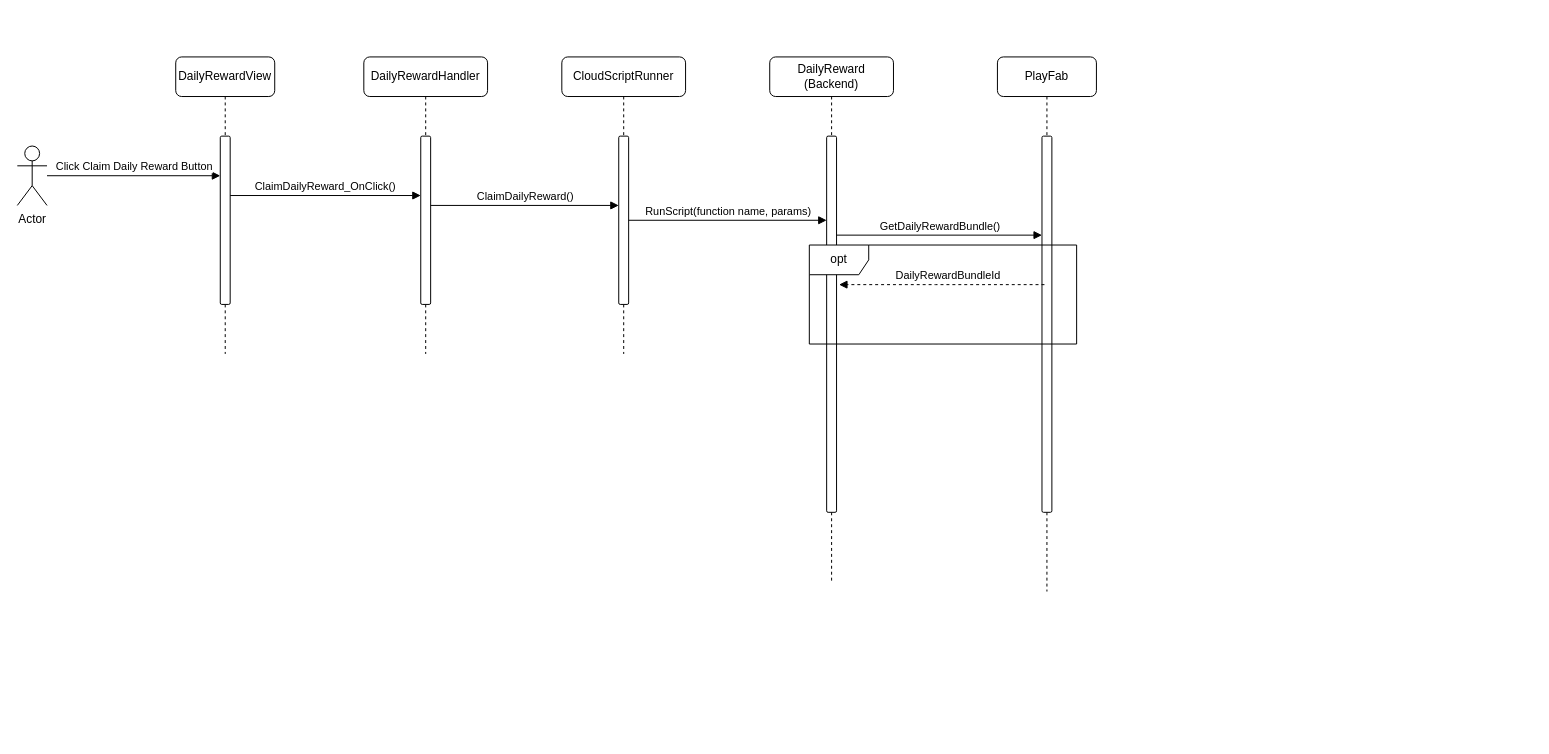
Before: page "DailyReward" (3 of 3) of cosmic-shore-backend-services.drawio in froglet-studio/cosmic-shore-backend-diagrams, a draw.io diagram. Source tidied: cells renumbered, new cells numbered last; positions are measured from the earlier drawing's top-left corner, leaving out a move shared by most shapes. Both pictures are drawn from the tidied source at 99%, with x=0, y=0 at pixel (17, 56).
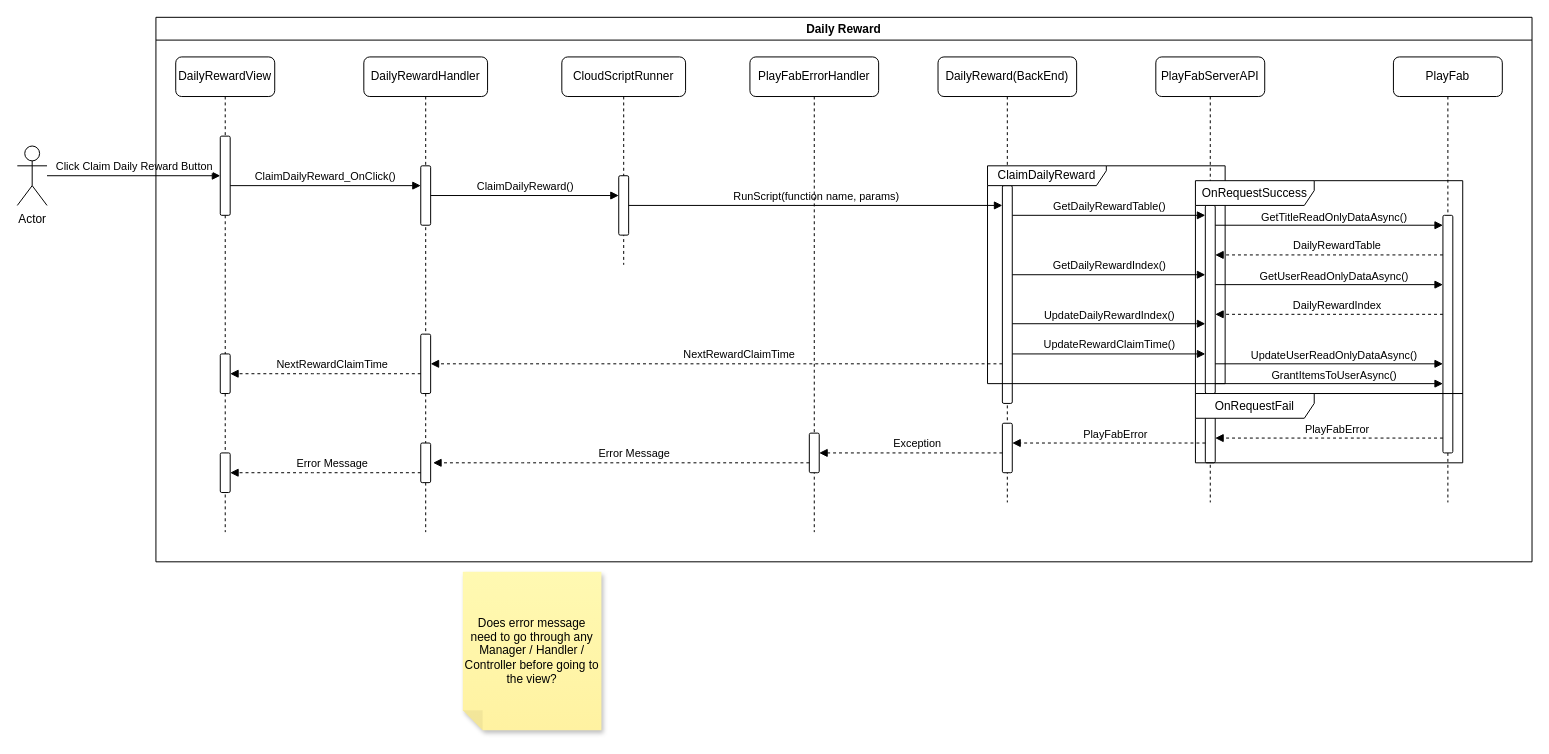
Above is the later version.

Commit message (it also covers changes not shown here):
Update daily reward sequence diagram

The edit, as a diff of the source:
```diff
@@
     <mxCell id="2" value="DailyRewardHandler" style="shape=umlLifeline;perimeter=lifelinePerimeter;whiteSpace=wrap;html=1;newEdgeStyle={&quot;edgeStyle&quot;:&quot;elbowEdgeStyle&quot;,&quot;elbow&quot;:&quot;vertical&quot;,&quot;curved&quot;:0,&quot;rounded&quot;:0};labelBackgroundColor=none;rounded=1;" parent="1" vertex="1">
-      <mxGeometry x="350" width="125" height="300" as="geometry" />
+      <mxGeometry x="350" width="125" height="480" as="geometry" />
     </mxCell>
     <mxCell id="3" style="html=1;perimeter=orthogonalPerimeter;targetShapes=umlLifeline;newEdgeStyle={&quot;edgeStyle&quot;:&quot;elbowEdgeStyle&quot;,&quot;elbow&quot;:&quot;vertical&quot;,&quot;curved&quot;:0,&quot;rounded&quot;:0};labelBackgroundColor=none;rounded=1;" parent="2" vertex="1">
-      <mxGeometry x="57.5" y="80" width="10" height="170" as="geometry" />
+      <mxGeometry x="57.5" y="110" width="10" height="60" as="geometry" />
     </mxCell>
+    <mxCell id="20" style="html=1;perimeter=orthogonalPerimeter;targetShapes=umlLifeline;newEdgeStyle={&quot;edgeStyle&quot;:&quot;elbowEdgeStyle&quot;,&quot;elbow&quot;:&quot;vertical&quot;,&quot;curved&quot;:0,&quot;rounded&quot;:0};labelBackgroundColor=none;rounded=1;" parent="2" vertex="1">
+      <mxGeometry x="57.5" y="280" width="10" height="60" as="geometry" />
+    </mxCell>
+    <mxCell id="21" style="html=1;points=[];perimeter=orthogonalPerimeter;outlineConnect=0;targetShapes=umlLifeline;portConstraint=eastwest;newEdgeStyle={&quot;edgeStyle&quot;:&quot;elbowEdgeStyle&quot;,&quot;elbow&quot;:&quot;vertical&quot;,&quot;curved&quot;:0,&quot;rounded&quot;:0};labelBackgroundColor=none;rounded=1;" parent="2" vertex="1">
+      <mxGeometry x="57.5" y="390" width="10" height="40" as="geometry" />
+    </mxCell>
     <mxCell id="4" value="DailyRewardView" style="shape=umlLifeline;perimeter=lifelinePerimeter;whiteSpace=wrap;html=1;newEdgeStyle={&quot;edgeStyle&quot;:&quot;elbowEdgeStyle&quot;,&quot;elbow&quot;:&quot;vertical&quot;,&quot;curved&quot;:0,&quot;rounded&quot;:0};labelBackgroundColor=none;rounded=1;" parent="1" vertex="1">
-      <mxGeometry x="160" width="100" height="300" as="geometry" />
+      <mxGeometry x="160" width="100" height="480" as="geometry" />
     </mxCell>
     <mxCell id="5" style="html=1;points=[];perimeter=orthogonalPerimeter;outlineConnect=0;targetShapes=umlLifeline;portConstraint=eastwest;newEdgeStyle={&quot;edgeStyle&quot;:&quot;elbowEdgeStyle&quot;,&quot;elbow&quot;:&quot;vertical&quot;,&quot;curved&quot;:0,&quot;rounded&quot;:0};labelBackgroundColor=none;rounded=1;" parent="4" vertex="1">
-      <mxGeometry x="45" y="80" width="10" height="170" as="geometry" />
+      <mxGeometry x="45" y="80" width="10" height="80" as="geometry" />
     </mxCell>
+    <mxCell id="22" style="html=1;perimeter=orthogonalPerimeter;targetShapes=umlLifeline;newEdgeStyle={&quot;edgeStyle&quot;:&quot;elbowEdgeStyle&quot;,&quot;elbow&quot;:&quot;vertical&quot;,&quot;curved&quot;:0,&quot;rounded&quot;:0};labelBackgroundColor=none;rounded=1;" parent="4" vertex="1">
+      <mxGeometry x="45" y="300" width="10" height="40" as="geometry" />
+    </mxCell>
+    <mxCell id="23" style="html=1;points=[];perimeter=orthogonalPerimeter;outlineConnect=0;targetShapes=umlLifeline;portConstraint=eastwest;newEdgeStyle={&quot;edgeStyle&quot;:&quot;elbowEdgeStyle&quot;,&quot;elbow&quot;:&quot;vertical&quot;,&quot;curved&quot;:0,&quot;rounded&quot;:0};labelBackgroundColor=none;rounded=1;" parent="4" vertex="1">
+      <mxGeometry x="45" y="400" width="10" height="40" as="geometry" />
+    </mxCell>
@@
     <mxCell id="8" value="ClaimDailyReward_OnClick()" style="html=1;verticalAlign=bottom;endArrow=block;curved=0;rounded=0;" parent="1" edge="1">
       <mxGeometry relative="1" as="geometry">
-        <mxPoint x="215" y="140" as="sourcePoint" />
-        <mxPoint x="407.5" y="140" as="targetPoint" />
+        <mxPoint x="215" y="130" as="sourcePoint" />
+        <mxPoint x="407.5" y="130" as="targetPoint" />
       </mxGeometry>
     </mxCell>
     <mxCell id="9" value="CloudScriptRunner" style="shape=umlLifeline;perimeter=lifelinePerimeter;whiteSpace=wrap;html=1;newEdgeStyle={&quot;edgeStyle&quot;:&quot;elbowEdgeStyle&quot;,&quot;elbow&quot;:&quot;vertical&quot;,&quot;curved&quot;:0,&quot;rounded&quot;:0};labelBackgroundColor=none;rounded=1;" parent="1" vertex="1">
-      <mxGeometry x="550" width="125" height="300" as="geometry" />
+      <mxGeometry x="550" width="125" height="210" as="geometry" />
     </mxCell>
     <mxCell id="10" style="html=1;points=[];perimeter=orthogonalPerimeter;outlineConnect=0;targetShapes=umlLifeline;portConstraint=eastwest;newEdgeStyle={&quot;edgeStyle&quot;:&quot;elbowEdgeStyle&quot;,&quot;elbow&quot;:&quot;vertical&quot;,&quot;curved&quot;:0,&quot;rounded&quot;:0};labelBackgroundColor=none;rounded=1;" parent="9" vertex="1">
-      <mxGeometry x="57.5" y="80" width="10" height="170" as="geometry" />
+      <mxGeometry x="57.5" y="120" width="10" height="60" as="geometry" />
     </mxCell>
     <mxCell id="11" value="ClaimDailyReward()" style="html=1;verticalAlign=bottom;endArrow=block;curved=0;rounded=0;" parent="1" edge="1">
       <mxGeometry relative="1" as="geometry">
-        <mxPoint x="417.5" y="150" as="sourcePoint" />
-        <mxPoint x="607.5" y="150" as="targetPoint" />
+        <mxPoint x="417.5" y="140" as="sourcePoint" />
+        <mxPoint x="607.5" y="140" as="targetPoint" />
       </mxGeometry>
     </mxCell>
-    <mxCell id="12" value="DailyReward (Backend)" style="shape=umlLifeline;perimeter=lifelinePerimeter;whiteSpace=wrap;html=1;newEdgeStyle={&quot;edgeStyle&quot;:&quot;elbowEdgeStyle&quot;,&quot;elbow&quot;:&quot;vertical&quot;,&quot;curved&quot;:0,&quot;rounded&quot;:0};labelBackgroundColor=none;rounded=1;" parent="1" vertex="1">
-      <mxGeometry x="760" width="125" height="530" as="geometry" />
-    </mxCell>
-    <mxCell id="13" style="html=1;points=[];perimeter=orthogonalPerimeter;outlineConnect=0;targetShapes=umlLifeline;portConstraint=eastwest;newEdgeStyle={&quot;edgeStyle&quot;:&quot;elbowEdgeStyle&quot;,&quot;elbow&quot;:&quot;vertical&quot;,&quot;curved&quot;:0,&quot;rounded&quot;:0};labelBackgroundColor=none;rounded=1;" parent="12" vertex="1">
-      <mxGeometry x="57.5" y="80" width="10" height="380" as="geometry" />
-    </mxCell>
-    <mxCell id="14" value="RunScript(function name, params)" style="html=1;verticalAlign=bottom;endArrow=block;curved=0;rounded=0;" parent="1" edge="1" source="10" target="13">
-      <mxGeometry relative="1" as="geometry" />
+    <mxCell id="14" value="RunScript(function name, params)" style="html=1;verticalAlign=bottom;endArrow=block;curved=0;rounded=0;" parent="1" edge="1" target="33">
+      <mxGeometry relative="1" as="geometry">
+        <mxPoint x="617.5" y="150" as="sourcePoint" />
+      </mxGeometry>
     </mxCell>
-    <mxCell id="15" value="PlayFab" style="shape=umlLifeline;perimeter=lifelinePerimeter;whiteSpace=wrap;html=1;newEdgeStyle={&quot;edgeStyle&quot;:&quot;elbowEdgeStyle&quot;,&quot;elbow&quot;:&quot;vertical&quot;,&quot;curved&quot;:0,&quot;rounded&quot;:0};labelBackgroundColor=none;rounded=1;" parent="1" vertex="1">
-      <mxGeometry x="990" width="100" height="540" as="geometry" />
+    <mxCell id="15" value="PlayFabServerAPI" style="shape=umlLifeline;perimeter=lifelinePerimeter;whiteSpace=wrap;html=1;newEdgeStyle={&quot;edgeStyle&quot;:&quot;elbowEdgeStyle&quot;,&quot;elbow&quot;:&quot;vertical&quot;,&quot;curved&quot;:0,&quot;rounded&quot;:0};labelBackgroundColor=none;rounded=1;" parent="1" vertex="1">
+      <mxGeometry x="1150" width="110" height="450" as="geometry" />
     </mxCell>
     <mxCell id="16" style="html=1;points=[];perimeter=orthogonalPerimeter;outlineConnect=0;targetShapes=umlLifeline;portConstraint=eastwest;newEdgeStyle={&quot;edgeStyle&quot;:&quot;elbowEdgeStyle&quot;,&quot;elbow&quot;:&quot;vertical&quot;,&quot;curved&quot;:0,&quot;rounded&quot;:0};labelBackgroundColor=none;rounded=1;" parent="15" vertex="1">
-      <mxGeometry x="45" y="80" width="10" height="380" as="geometry" />
+      <mxGeometry x="50" y="150" width="10" height="190" as="geometry" />
     </mxCell>
+    <mxCell id="24" style="html=1;perimeter=orthogonalPerimeter;targetShapes=umlLifeline;newEdgeStyle={&quot;edgeStyle&quot;:&quot;elbowEdgeStyle&quot;,&quot;elbow&quot;:&quot;vertical&quot;,&quot;curved&quot;:0,&quot;rounded&quot;:0};labelBackgroundColor=none;rounded=1;" parent="15" vertex="1">
+      <mxGeometry x="50" y="350" width="10" height="60" as="geometry" />
+    </mxCell>
-    <mxCell id="17" value="GetDailyRewardBundle()" style="html=1;verticalAlign=bottom;endArrow=block;curved=0;rounded=0;" parent="1" edge="1">
+    <mxCell id="17" value="GetDailyRewardTable()" style="html=1;verticalAlign=bottom;endArrow=block;curved=0;rounded=0;" parent="1" edge="1" source="33">
       <mxGeometry relative="1" as="geometry">
-        <mxPoint x="827.5" y="180" as="sourcePoint" />
-        <mxPoint x="1035" y="180" as="targetPoint" />
+        <mxPoint x="1200" y="160" as="targetPoint" />
       </mxGeometry>
     </mxCell>
-    <mxCell id="18" value="DailyRewardBundleId" style="html=1;verticalAlign=bottom;endArrow=block;edgeStyle=elbowEdgeStyle;elbow=vertical;curved=0;rounded=1;labelBackgroundColor=none;fontColor=default;dashed=1;" parent="1" edge="1">
-      <mxGeometry x="-0.06" relative="1" as="geometry">
-        <mxPoint x="1037.5" y="230" as="sourcePoint" />
-        <mxPoint x="830" y="230" as="targetPoint" />
-        <Array as="points">
-          <mxPoint x="917.5" y="230" />
-        </Array>
-      </mxGeometry>
-    </mxCell>
-    <mxCell id="19" value="opt" style="shape=umlFrame;whiteSpace=wrap;html=1;labelBackgroundColor=none;rounded=1;" parent="1" vertex="1">
-      <mxGeometry x="800" y="190" width="270" height="100" as="geometry" />
-    </mxCell>
+    <mxCell id="25" value="PlayFab" style="shape=umlLifeline;perimeter=lifelinePerimeter;whiteSpace=wrap;html=1;newEdgeStyle={&quot;edgeStyle&quot;:&quot;elbowEdgeStyle&quot;,&quot;elbow&quot;:&quot;vertical&quot;,&quot;curved&quot;:0,&quot;rounded&quot;:0};labelBackgroundColor=none;rounded=1;" parent="1" vertex="1">
+      <mxGeometry x="1390" width="110" height="450" as="geometry" />
+    </mxCell>
+    <mxCell id="26" style="html=1;points=[];perimeter=orthogonalPerimeter;outlineConnect=0;targetShapes=umlLifeline;portConstraint=eastwest;newEdgeStyle={&quot;edgeStyle&quot;:&quot;elbowEdgeStyle&quot;,&quot;elbow&quot;:&quot;vertical&quot;,&quot;curved&quot;:0,&quot;rounded&quot;:0};labelBackgroundColor=none;rounded=1;" parent="25" vertex="1">
+      <mxGeometry x="50" y="160" width="10" height="240" as="geometry" />
+    </mxCell>
+    <mxCell id="27" value="GetTitleReadOnlyDataAsync()" style="html=1;verticalAlign=bottom;endArrow=block;curved=0;rounded=0;" parent="1" edge="1">
+      <mxGeometry x="0.04" relative="1" as="geometry">
+        <mxPoint x="1210" y="170" as="sourcePoint" />
+        <mxPoint x="1440" y="170" as="targetPoint" />
+        <mxPoint y="1" as="offset" />
+      </mxGeometry>
+    </mxCell>
+    <mxCell id="28" value="DailyRewardTable" style="html=1;verticalAlign=bottom;endArrow=block;edgeStyle=elbowEdgeStyle;elbow=vertical;curved=0;rounded=1;labelBackgroundColor=none;fontColor=default;dashed=1;" parent="1" edge="1" source="26" target="16">
+      <mxGeometry x="-0.07" relative="1" as="geometry">
+        <Array as="points">
+          <mxPoint x="1330" y="200" />
+        </Array>
+      </mxGeometry>
+    </mxCell>
+    <mxCell id="29" value="GetUserReadOnlyDataAsync()" style="html=1;verticalAlign=bottom;endArrow=block;curved=0;rounded=0;" parent="1" edge="1">
+      <mxGeometry x="0.04" relative="1" as="geometry">
+        <mxPoint x="1210" y="230" as="sourcePoint" />
+        <mxPoint x="1440" y="230" as="targetPoint" />
+        <mxPoint y="1" as="offset" />
+      </mxGeometry>
+    </mxCell>
+    <mxCell id="30" value="DailyRewardIndex" style="html=1;verticalAlign=bottom;endArrow=block;edgeStyle=elbowEdgeStyle;elbow=horizontal;curved=0;rounded=1;labelBackgroundColor=none;fontColor=default;dashed=1;" parent="1" edge="1">
+      <mxGeometry x="-0.07" relative="1" as="geometry">
+        <mxPoint x="1440" y="260" as="sourcePoint" />
+        <mxPoint x="1210" y="260" as="targetPoint" />
+        <Array as="points">
+          <mxPoint x="1330" y="260" />
+        </Array>
+      </mxGeometry>
+    </mxCell>
+    <mxCell id="31" value="NextRewardClaimTime" style="html=1;verticalAlign=bottom;endArrow=block;edgeStyle=elbowEdgeStyle;elbow=vertical;curved=0;rounded=1;labelBackgroundColor=none;fontColor=default;dashed=1;" parent="1" edge="1" source="33">
+      <mxGeometry x="-0.08" relative="1" as="geometry">
+        <mxPoint x="417.5" y="310" as="targetPoint" />
+        <Array as="points">
+          <mxPoint x="720" y="310" />
+        </Array>
+      </mxGeometry>
+    </mxCell>
+    <mxCell id="32" value="DailyReward(BackEnd)" style="shape=umlLifeline;perimeter=lifelinePerimeter;whiteSpace=wrap;html=1;newEdgeStyle={&quot;edgeStyle&quot;:&quot;elbowEdgeStyle&quot;,&quot;elbow&quot;:&quot;vertical&quot;,&quot;curved&quot;:0,&quot;rounded&quot;:0};labelBackgroundColor=none;rounded=1;" parent="1" vertex="1">
+      <mxGeometry x="930" width="140" height="450" as="geometry" />
+    </mxCell>
+    <mxCell id="33" style="html=1;points=[];perimeter=orthogonalPerimeter;outlineConnect=0;targetShapes=umlLifeline;portConstraint=eastwest;newEdgeStyle={&quot;edgeStyle&quot;:&quot;elbowEdgeStyle&quot;,&quot;elbow&quot;:&quot;vertical&quot;,&quot;curved&quot;:0,&quot;rounded&quot;:0};labelBackgroundColor=none;rounded=1;" parent="32" vertex="1">
+      <mxGeometry x="65" y="130" width="10" height="220" as="geometry" />
+    </mxCell>
+    <mxCell id="34" style="html=1;points=[];perimeter=orthogonalPerimeter;outlineConnect=0;targetShapes=umlLifeline;portConstraint=eastwest;newEdgeStyle={&quot;edgeStyle&quot;:&quot;elbowEdgeStyle&quot;,&quot;elbow&quot;:&quot;vertical&quot;,&quot;curved&quot;:0,&quot;rounded&quot;:0};labelBackgroundColor=none;rounded=1;" parent="32" vertex="1">
+      <mxGeometry x="65" y="370" width="10" height="50" as="geometry" />
+    </mxCell>
+    <mxCell id="35" value="UpdateUserReadOnlyDataAsync()" style="html=1;verticalAlign=bottom;endArrow=block;curved=0;rounded=0;" parent="1" edge="1">
+      <mxGeometry x="0.04" relative="1" as="geometry">
+        <mxPoint x="1210" y="310" as="sourcePoint" />
+        <mxPoint x="1440" y="310" as="targetPoint" />
+        <mxPoint y="1" as="offset" />
+      </mxGeometry>
+    </mxCell>
+    <mxCell id="36" value="GetDailyRewardIndex()" style="html=1;verticalAlign=bottom;endArrow=block;curved=0;rounded=0;" parent="1" edge="1">
+      <mxGeometry relative="1" as="geometry">
+        <mxPoint x="1005" y="220" as="sourcePoint" />
+        <mxPoint x="1200" y="220" as="targetPoint" />
+      </mxGeometry>
+    </mxCell>
+    <mxCell id="37" value="UpdateRewardClaimTime()" style="html=1;verticalAlign=bottom;endArrow=block;curved=0;rounded=0;" parent="1" edge="1">
+      <mxGeometry relative="1" as="geometry">
+        <mxPoint x="1005" y="300" as="sourcePoint" />
+        <mxPoint x="1200" y="300" as="targetPoint" />
+      </mxGeometry>
+    </mxCell>
+    <mxCell id="38" value="NextRewardClaimTime" style="html=1;verticalAlign=bottom;endArrow=block;edgeStyle=elbowEdgeStyle;elbow=horizontal;curved=0;rounded=1;labelBackgroundColor=none;fontColor=default;dashed=1;" parent="1" edge="1">
+      <mxGeometry x="-0.07" relative="1" as="geometry">
+        <mxPoint x="407.5" y="320" as="sourcePoint" />
+        <mxPoint x="215" y="320" as="targetPoint" />
+        <Array as="points">
+          <mxPoint x="300" y="320" />
+        </Array>
+      </mxGeometry>
+    </mxCell>
+    <mxCell id="39" value="UpdateDailyRewardIndex()" style="html=1;verticalAlign=bottom;endArrow=block;curved=0;rounded=0;" parent="1" edge="1">
+      <mxGeometry relative="1" as="geometry">
+        <mxPoint x="1005" y="269.5" as="sourcePoint" />
+        <mxPoint x="1200" y="269.5" as="targetPoint" />
+      </mxGeometry>
+    </mxCell>
+    <mxCell id="40" value="ClaimDailyReward" style="shape=umlFrame;whiteSpace=wrap;html=1;labelBackgroundColor=none;rounded=1;width=120;height=20;" parent="1" vertex="1">
+      <mxGeometry x="980" y="110" width="240" height="220" as="geometry" />
+    </mxCell>
+    <mxCell id="41" value="OnRequestSuccess" style="shape=umlFrame;whiteSpace=wrap;html=1;labelBackgroundColor=none;rounded=1;width=120;height=25;" parent="1" vertex="1">
+      <mxGeometry x="1190" y="125" width="270" height="215" as="geometry" />
+    </mxCell>
+    <mxCell id="42" value="Exception" style="html=1;verticalAlign=bottom;endArrow=block;edgeStyle=elbowEdgeStyle;elbow=horizontal;curved=0;rounded=1;labelBackgroundColor=none;fontColor=default;dashed=1;" parent="1" edge="1" source="34" target="44">
+      <mxGeometry x="-0.07" relative="1" as="geometry">
+        <Array as="points">
+          <mxPoint x="900" y="400" />
+        </Array>
+      </mxGeometry>
+    </mxCell>
+    <mxCell id="43" value="PlayFabErrorHandler" style="shape=umlLifeline;perimeter=lifelinePerimeter;whiteSpace=wrap;html=1;newEdgeStyle={&quot;edgeStyle&quot;:&quot;elbowEdgeStyle&quot;,&quot;elbow&quot;:&quot;vertical&quot;,&quot;curved&quot;:0,&quot;rounded&quot;:0};labelBackgroundColor=none;rounded=1;" parent="1" vertex="1">
+      <mxGeometry x="740" width="130" height="480" as="geometry" />
+    </mxCell>
+    <mxCell id="44" style="html=1;points=[];perimeter=orthogonalPerimeter;outlineConnect=0;targetShapes=umlLifeline;portConstraint=eastwest;newEdgeStyle={&quot;edgeStyle&quot;:&quot;elbowEdgeStyle&quot;,&quot;elbow&quot;:&quot;vertical&quot;,&quot;curved&quot;:0,&quot;rounded&quot;:0};labelBackgroundColor=none;rounded=1;" parent="43" vertex="1">
+      <mxGeometry x="60" y="380" width="10" height="40" as="geometry" />
+    </mxCell>
+    <mxCell id="45" value="Error Message" style="html=1;verticalAlign=bottom;endArrow=block;edgeStyle=elbowEdgeStyle;elbow=horizontal;curved=0;rounded=1;labelBackgroundColor=none;fontColor=default;dashed=1;" parent="1" edge="1" source="44">
+      <mxGeometry x="-0.07" relative="1" as="geometry">
+        <mxPoint x="420" y="410" as="targetPoint" />
+        <Array as="points">
+          <mxPoint x="510" y="410" />
+        </Array>
+      </mxGeometry>
+    </mxCell>
+    <mxCell id="46" value="Error Message" style="html=1;verticalAlign=bottom;endArrow=block;edgeStyle=elbowEdgeStyle;elbow=horizontal;curved=0;rounded=1;labelBackgroundColor=none;fontColor=default;dashed=1;" parent="1" edge="1" source="21" target="23">
+      <mxGeometry x="-0.07" relative="1" as="geometry">
+        <Array as="points">
+          <mxPoint x="295" y="420" />
+        </Array>
+      </mxGeometry>
+    </mxCell>
+    <mxCell id="47" value="Does error message need to go through any Manager / Handler / Controller before going to the view?" style="shape=note;whiteSpace=wrap;html=1;backgroundOutline=1;fontColor=#000000;darkOpacity=0.05;fillColor=#FFF9B2;strokeColor=none;fillStyle=solid;direction=west;gradientDirection=north;gradientColor=#FFF2A1;shadow=1;size=20;" parent="1" vertex="1">
+      <mxGeometry x="450" y="520" width="140" height="160" as="geometry" />
+    </mxCell>
+    <mxCell id="48" value="Daily Reward" style="swimlane;whiteSpace=wrap;html=1;" parent="1" vertex="1">
+      <mxGeometry x="140" y="-40" width="1390" height="550" as="geometry" />
+    </mxCell>
+    <mxCell id="49" value="GrantItemsToUserAsync()" style="html=1;verticalAlign=bottom;endArrow=block;curved=0;rounded=0;" parent="48" edge="1">
+      <mxGeometry x="0.04" relative="1" as="geometry">
+        <mxPoint x="1070" y="370" as="sourcePoint" />
+        <mxPoint x="1300" y="370" as="targetPoint" />
+        <mxPoint y="1" as="offset" />
+      </mxGeometry>
+    </mxCell>
+    <mxCell id="50" value="OnRequestFail" style="shape=umlFrame;whiteSpace=wrap;html=1;labelBackgroundColor=none;rounded=1;width=120;height=25;" parent="48" vertex="1">
+      <mxGeometry x="1050" y="380" width="270" height="70" as="geometry" />
+    </mxCell>
+    <mxCell id="51" value="PlayFabError" style="html=1;verticalAlign=bottom;endArrow=block;edgeStyle=elbowEdgeStyle;elbow=horizontal;curved=0;rounded=1;labelBackgroundColor=none;fontColor=default;dashed=1;" parent="48" edge="1">
+      <mxGeometry x="-0.07" relative="1" as="geometry">
+        <mxPoint x="1300" y="425" as="sourcePoint" />
+        <mxPoint x="1070" y="425" as="targetPoint" />
+        <Array as="points">
+          <mxPoint x="1190" y="425" />
+        </Array>
+      </mxGeometry>
+    </mxCell>
+    <mxCell id="52" value="PlayFabError" style="html=1;verticalAlign=bottom;endArrow=block;edgeStyle=elbowEdgeStyle;elbow=horizontal;curved=0;rounded=1;labelBackgroundColor=none;fontColor=default;dashed=1;" parent="48" edge="1">
+      <mxGeometry x="-0.07" relative="1" as="geometry">
+        <mxPoint x="1060" y="430" as="sourcePoint" />
+        <mxPoint x="865" y="430" as="targetPoint" />
+        <Array as="points">
+          <mxPoint x="950" y="430" />
+        </Array>
+      </mxGeometry>
+    </mxCell>
```
